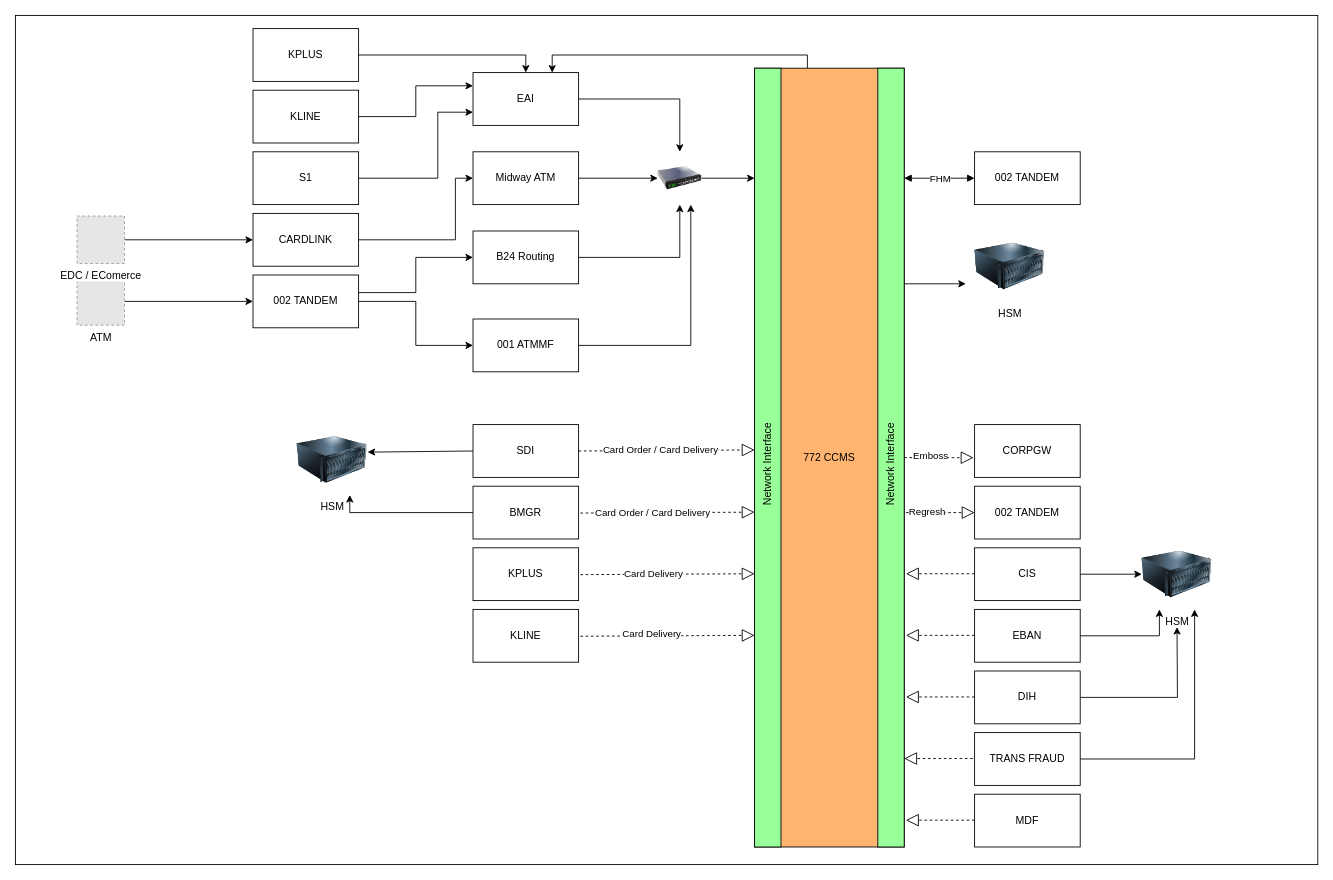
The draw.io diagram page "High Level Diagram" (2 of 6) of CCMS_Diagram.drawio in chawaratr/drawio, before the edit. Source tidied: cells renumbered, new cells numbered last; positions are measured from the earlier drawing's top-left corner, leaving out a move shared by most shapes. Both pictures are drawn from the tidied source at 88%, with x=0, y=0 at pixel (15, 15). Pictures stored in the file or linked from it are replaced by grey dashed boxes.
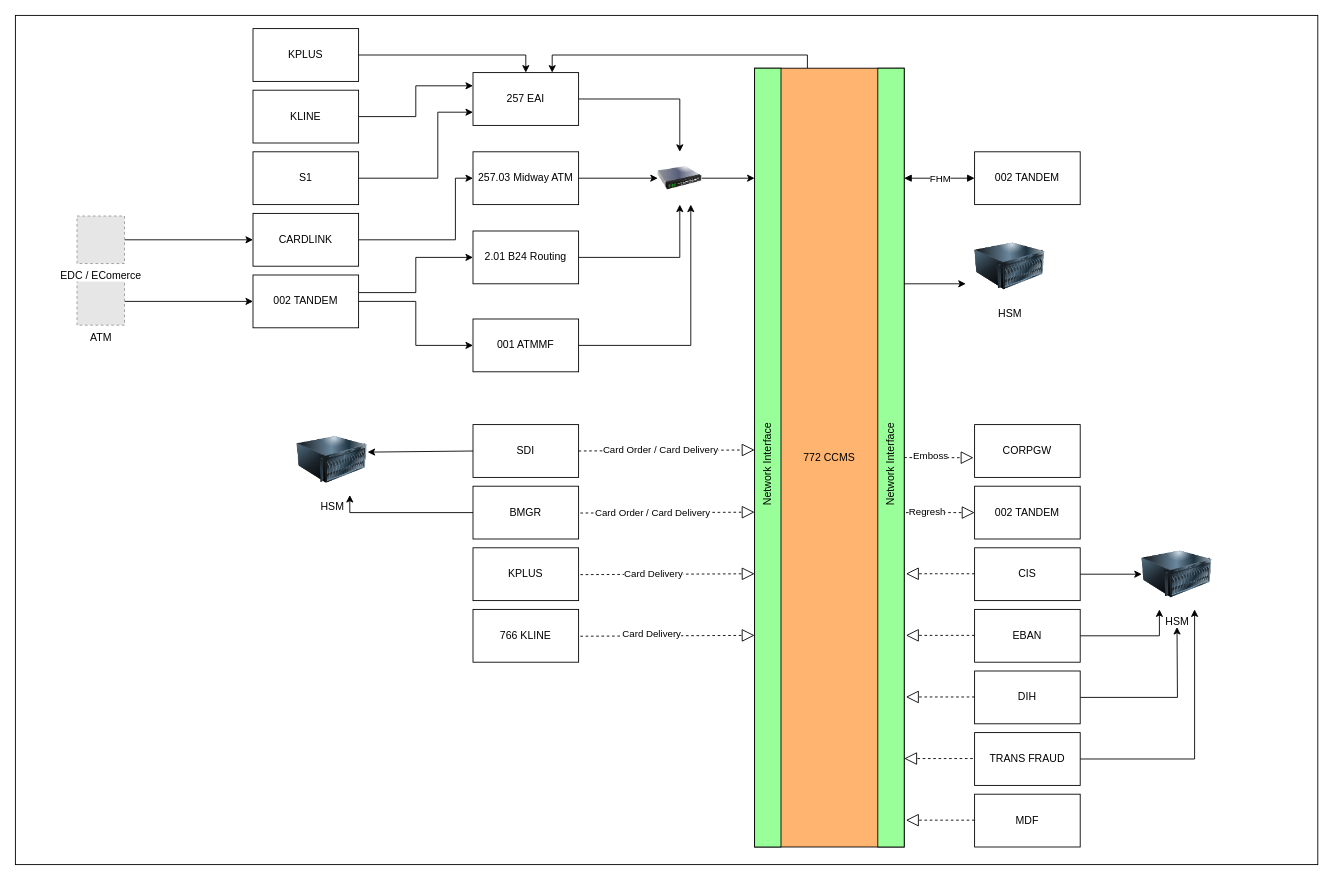
The same diagram, later.

Change to the diagram source:
```diff
@@
-    <mxCell id="8" value="EAI" style="rounded=0;whiteSpace=wrap;html=1;" parent="1" vertex="1">
+    <mxCell id="8" value="257 EAI" style="rounded=0;whiteSpace=wrap;html=1;" parent="1" vertex="1">
       <mxGeometry x="520" y="65" width="120" height="60" as="geometry" />
     </mxCell>
@@
-    <mxCell id="10" value="Midway ATM" style="rounded=0;whiteSpace=wrap;html=1;" parent="1" vertex="1">
+    <mxCell id="10" value="257.03 Midway ATM" style="rounded=0;whiteSpace=wrap;html=1;" parent="1" vertex="1">
       <mxGeometry x="520" y="155" width="120" height="60" as="geometry" />
     </mxCell>
@@
-    <mxCell id="12" value="B24 Routing" style="rounded=0;whiteSpace=wrap;html=1;" parent="1" vertex="1">
+    <mxCell id="12" value="&lt;span dir=&quot;ltr&quot; class=&quot;ui-provider a b c d e f g h i j k l m n o p q r s t u v w x y z ab ac ae af ag ah ai aj ak&quot;&gt;2.01&amp;nbsp;&lt;/span&gt;B24 Routing" style="rounded=0;whiteSpace=wrap;html=1;" parent="1" vertex="1">
       <mxGeometry x="520" y="245" width="120" height="60" as="geometry" />
     </mxCell>
@@
-    <mxCell id="30" value="KLINE" style="rounded=0;whiteSpace=wrap;html=1;" parent="1" vertex="1">
+    <mxCell id="30" value="766 KLINE" style="rounded=0;whiteSpace=wrap;html=1;" parent="1" vertex="1">
       <mxGeometry x="520" y="675" width="120" height="60" as="geometry" />
     </mxCell>
```
